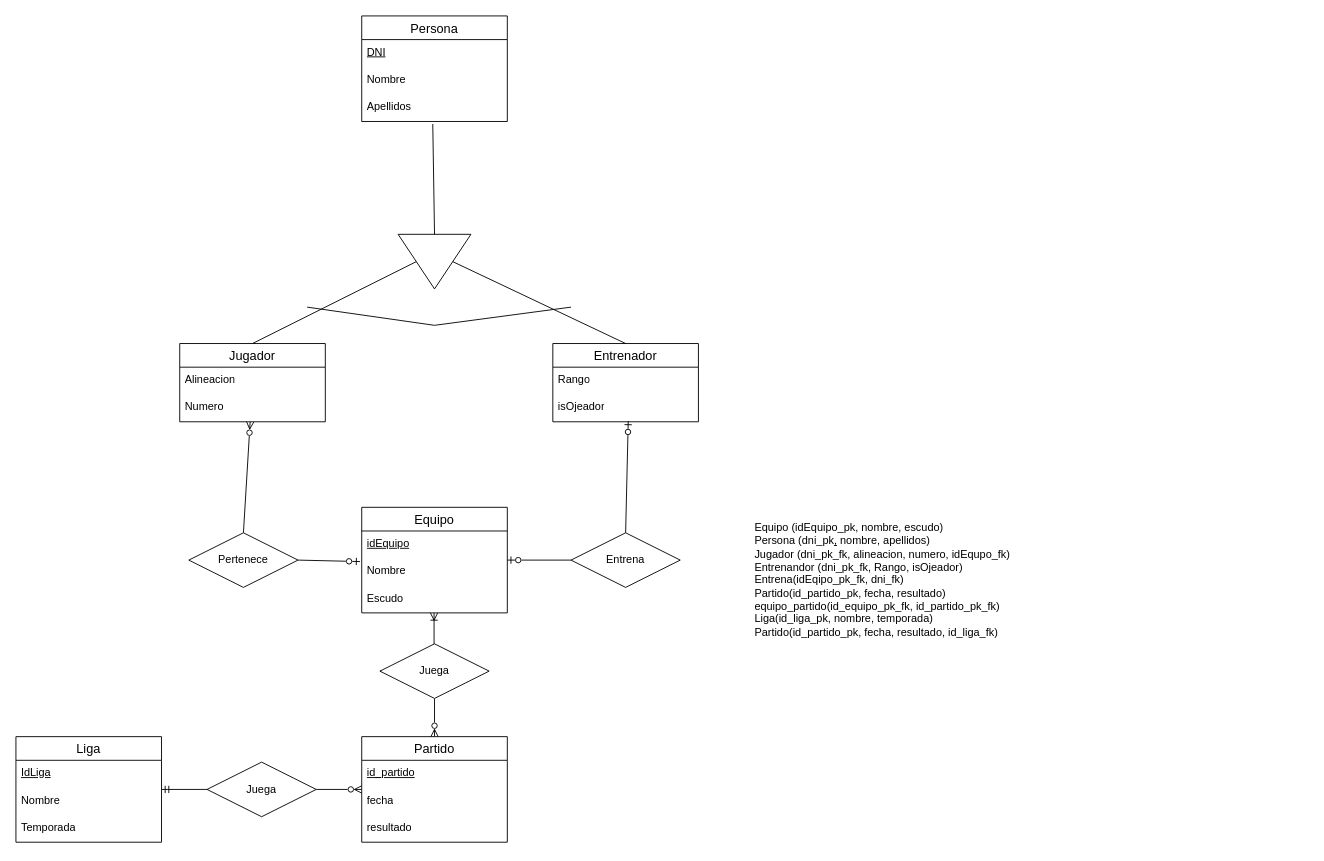
This is TA12Ej10.drawio from AlejandroCara/acr-tsys-modeloER-drawio-1110, a draw.io file, before an edit. Source tidied: cells renumbered, new cells numbered last; positions are measured from the earlier drawing's top-left corner, leaving out a move shared by most shapes. Both pictures are drawn from the tidied source at 91%, with x=0, y=0 at pixel (15, 15).
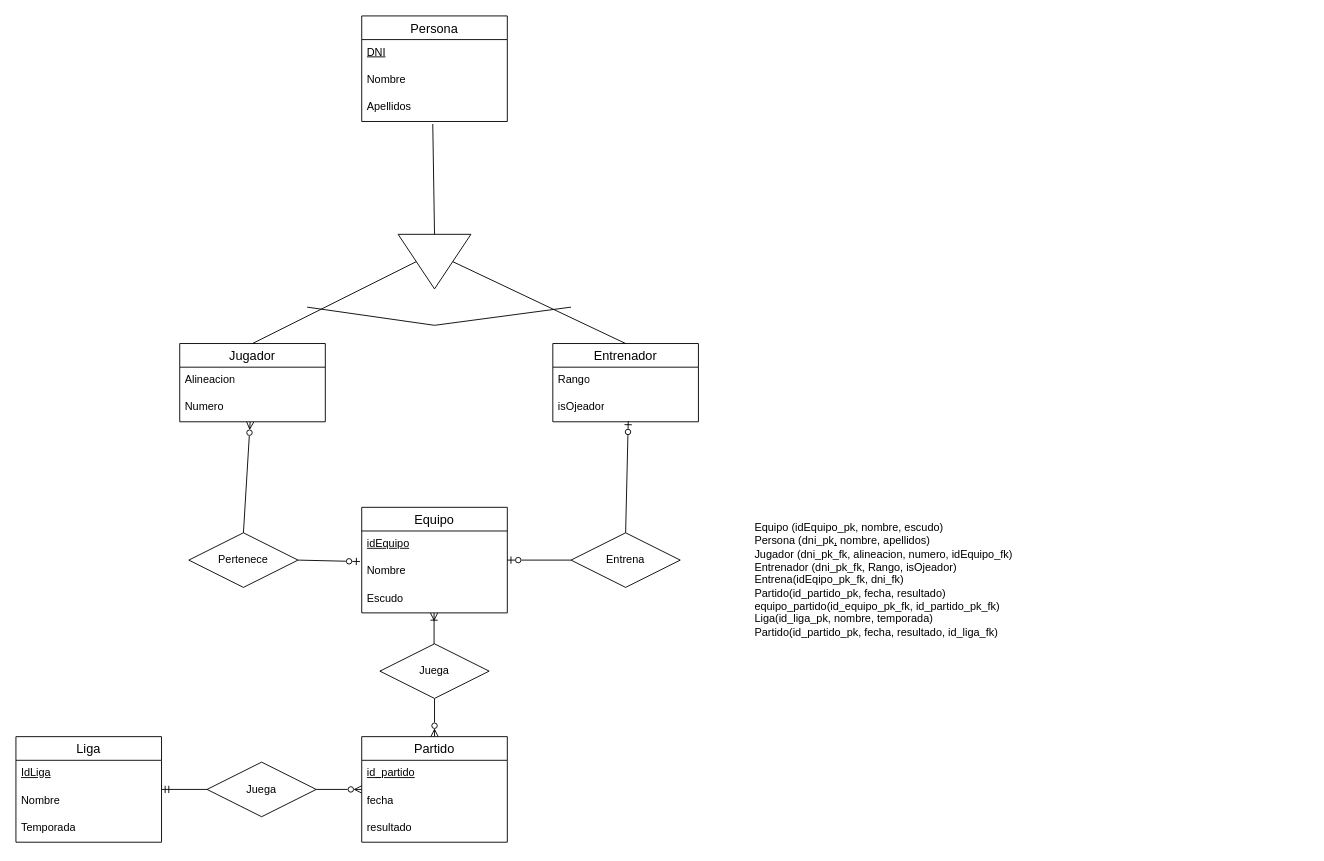
After the change.

Commit message:
flatan letrass TA12Ej10.drawio

Change to the diagram source:
```diff
@@
-    <mxCell id="28" value="Equipo (idEquipo_pk, nombre, escudo)&lt;br style=&quot;border-color: var(--border-color);&quot;&gt;Persona (dni_pk&lt;u&gt;,&lt;/u&gt; nombre, apellidos)&lt;br&gt;Jugador (dni_pk_fk, alineacion, numero, idEqupo_fk)&lt;br&gt;Entrenandor (dni_pk_fk, Rango, isOjeador)&lt;br&gt;Entrena(idEqipo_pk_fk, dni_fk)&lt;br&gt;Partido(id_partido_pk, fecha, resultado)&lt;br&gt;equipo_partido(id_equipo_pk_fk, id_partido_pk_fk)&lt;br&gt;Liga(id_liga_pk, nombre, temporada)&lt;br&gt;Partido(id_partido_pk, fecha, resultado, id_liga_fk)" style="text;html=1;strokeColor=none;fillColor=none;align=left;verticalAlign=middle;whiteSpace=wrap;rounded=0;" parent="1" vertex="1">
+    <mxCell id="28" value="Equipo (idEquipo_pk, nombre, escudo)&lt;br style=&quot;border-color: var(--border-color);&quot;&gt;Persona (dni_pk&lt;u&gt;,&lt;/u&gt; nombre, apellidos)&lt;br&gt;Jugador (dni_pk_fk, alineacion, numero, idEquipo_fk)&lt;br&gt;Entrenador (dni_pk_fk, Rango, isOjeador)&lt;br&gt;Entrena(idEqipo_pk_fk, dni_fk)&lt;br&gt;Partido(id_partido_pk, fecha, resultado)&lt;br&gt;equipo_partido(id_equipo_pk_fk, id_partido_pk_fk)&lt;br&gt;Liga(id_liga_pk, nombre, temporada)&lt;br&gt;Partido(id_partido_pk, fecha, resultado, id_liga_fk)" style="text;html=1;strokeColor=none;fillColor=none;align=left;verticalAlign=middle;whiteSpace=wrap;rounded=0;" parent="1" vertex="1">
       <mxGeometry x="810" y="410" width="610" height="420" as="geometry" />
     </mxCell>
```
